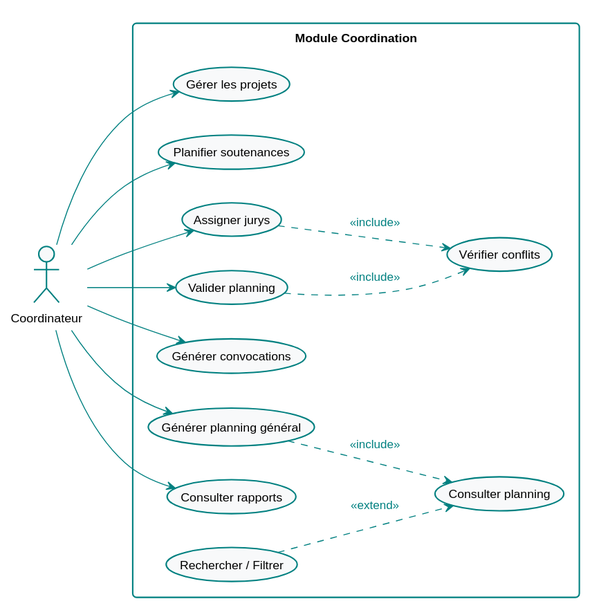
This is diagrams/svg/uc_coordination.svg from abdelaziz-ebourki/system-gestion-soutenance-docs, a PlantUML export, as it was before one commit. Its diagram source:
```plantuml
@startuml

skinparam shadowing false
skinparam roundcorner 8
skinparam Padding 5
skinparam defaultFontName "SansSerif"
skinparam defaultFontSize 12

skinparam ActivityBackgroundColor #F8F9FA
skinparam ActivityBorderColor #008080
skinparam ActivityDiamondBackgroundColor #E67E22
skinparam ActivityDiamondBorderColor #E67E22
skinparam ActivityDiamondFontColor #FFFFFF

skinparam ActorBackgroundColor #F8F9FA
skinparam ActorBorderColor #008080

skinparam ClassBackgroundColor #F8F9FA
skinparam ClassBorderColor #008080
skinparam ClassHeaderBackgroundColor #008080
skinparam ClassAttributeIconSize 0

skinparam ComponentBackgroundColor #F8F9FA
skinparam ComponentBorderColor #008080

skinparam DatabaseBackgroundColor #F8F9FA
skinparam DatabaseBorderColor #008080

skinparam NoteBackgroundColor #FFF2E6
skinparam NoteBorderColor #E67E22

skinparam StateBackgroundColor #F8F9FA
skinparam StateBorderColor #008080

skinparam UsecaseBackgroundColor #F8F9FA
skinparam UsecaseBorderColor #008080

skinparam SequenceGroupBackgroundColor #F8F9FA
skinparam SequenceGroupBorderColor #008080
skinparam SequenceLifeLineBorderColor #008080
skinparam SequenceParticipantBackgroundColor #F8F9FA
skinparam SequenceParticipantBorderColor #008080
skinparam ControlBackgroundColor #F8F9FA
skinparam ControlBorderColor #008080
skinparam BoundaryBackgroundColor #F8F9FA
skinparam BoundaryBorderColor #008080
skinparam EntityBackgroundColor #F8F9FA
skinparam EntityBorderColor #008080

skinparam ArrowColor #008080
skinparam ArrowFontColor #008080

skinparam PackageBackgroundColor #FFFFFF
skinparam PackageBorderColor #008080
left to right direction

actor "Coordinateur" as Coord

rectangle "Module Coordination" {
    usecase "Gérer les projets" as UC11
    usecase "Planifier soutenances" as UC4
    usecase "Assigner jurys" as UC1
    usecase "Valider planning" as UC3
    usecase "Générer convocations" as UC5
    usecase "Générer planning général" as UC6
    usecase "Consulter rapports" as UC2

    usecase "Consulter planning" as UC9
    usecase "Vérifier conflits" as Check
    usecase "Rechercher / Filtrer" as UC10


    UC1 ..> Check : <<include>>
    UC3 ..> Check : <<include>>
    UC6 ..> UC9 : <<include>>
    UC10 ..> UC9 : <<extend>>
}

Coord --> UC11
Coord --> UC4
Coord --> UC1
Coord --> UC3
Coord --> UC5
Coord --> UC6
Coord --> UC2

@enduml
```
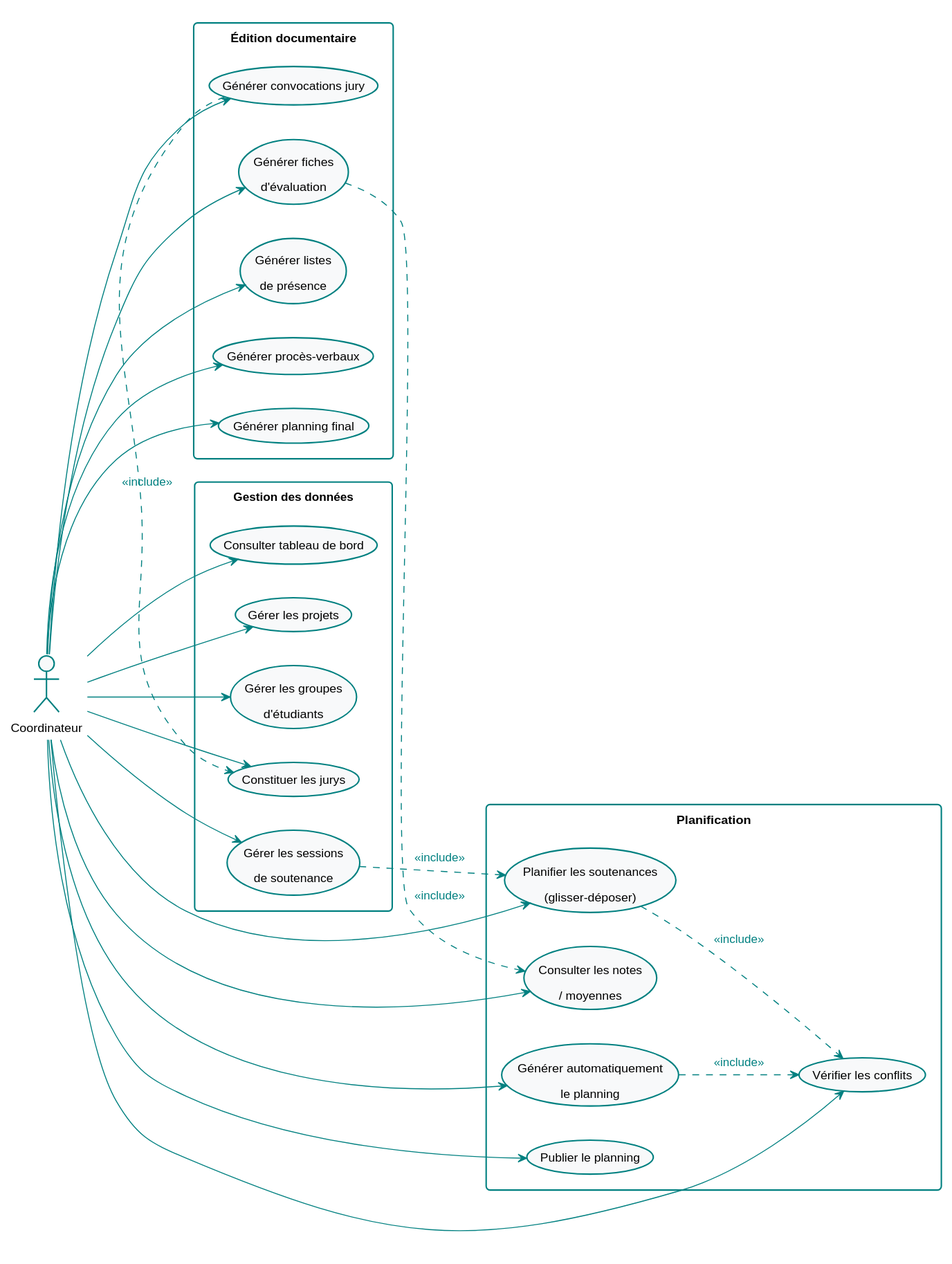
After the commit.

Change to the diagram source:
```diff
@@ -56,32 +56,49 @@
 
 actor "Coordinateur" as Coord
 
-rectangle "Module Coordination" {
-    usecase "Gérer les projets" as UC11
-    usecase "Planifier soutenances" as UC4
-    usecase "Assigner jurys" as UC1
-    usecase "Valider planning" as UC3
-    usecase "Générer convocations" as UC5
-    usecase "Générer planning général" as UC6
-    usecase "Consulter rapports" as UC2
-
-    usecase "Consulter planning" as UC9
-    usecase "Vérifier conflits" as Check
-    usecase "Rechercher / Filtrer" as UC10
-
-
-    UC1 ..> Check : <<include>>
-    UC3 ..> Check : <<include>>
-    UC6 ..> UC9 : <<include>>
-    UC10 ..> UC9 : <<extend>>
+rectangle "Gestion des données" {
+    usecase "Consulter tableau de bord" as Dashboard
+    usecase "Gérer les projets" as Projects
+    usecase "Gérer les groupes\nd'étudiants" as Groups
+    usecase "Constituer les jurys" as Juries
+    usecase "Gérer les sessions\nde soutenance" as Sessions
 }
 
-Coord --> UC11
-Coord --> UC4
-Coord --> UC1
-Coord --> UC3
-Coord --> UC5
-Coord --> UC6
-Coord --> UC2
+rectangle "Planification" {
+    usecase "Planifier les soutenances\n(glisser-déposer)" as Planner
+    usecase "Générer automatiquement\nle planning" as AutoGen
+    usecase "Publier le planning" as Publish
+    usecase "Vérifier les conflits" as Conflicts
+    usecase "Consulter les notes\n/ moyennes" as Grades
+}
 
+rectangle "Édition documentaire" {
+    usecase "Générer convocations jury" as GenConv
+    usecase "Générer fiches\nd'évaluation" as GenFiches
+    usecase "Générer listes\nde présence" as GenPres
+    usecase "Générer procès-verbaux" as GenPV
+    usecase "Générer planning final" as GenPlanning
+}
+
+Planner ..> Conflicts : <<include>>
+Sessions ..> Planner : <<include>>
+AutoGen ..> Conflicts : <<include>>
+GenConv ..> Juries : <<include>>
+GenFiches ..> Grades : <<include>>
+
+Coord --> Dashboard
+Coord --> Projects
+Coord --> Groups
+Coord --> Juries
+Coord --> Sessions
+Coord --> Planner
+Coord --> AutoGen
+Coord --> Publish
+Coord --> Conflicts
+Coord --> Grades
+Coord --> GenConv
+Coord --> GenFiches
+Coord --> GenPres
+Coord --> GenPV
+Coord --> GenPlanning
 @enduml
```
